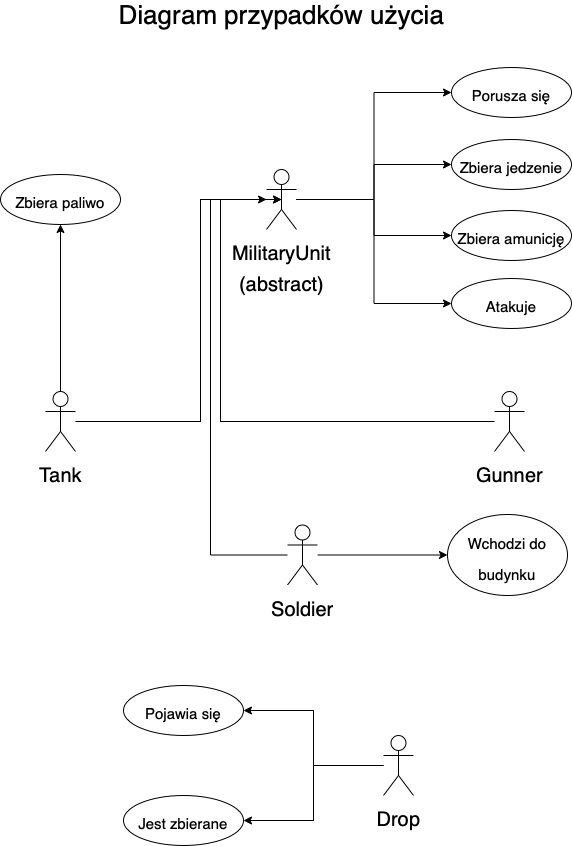
Jacek-Bogdanski/inferno_project keeps this draw.io diagram as usage_diagram.png. Above is the earlier version. Source tidied: cells renumbered, new cells last; positions are measured from the earlier drawing's top-left corner, leaving out a move shared by most shapes.
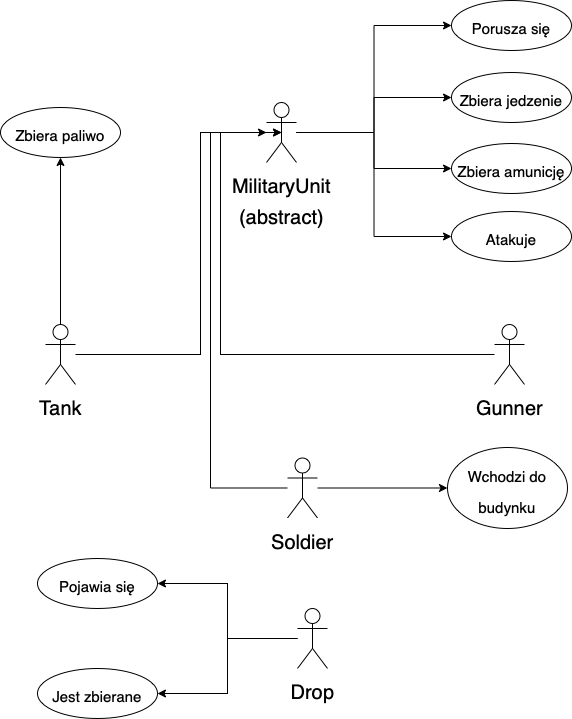
The same diagram one commit later.

Diff of the diagram source:
```diff
@@ -2,9 +2,6 @@
   <root>
     <mxCell id="0" />
     <mxCell id="1" parent="0" />
-    <mxCell id="2" value="&lt;font style=&quot;font-size: 26px;&quot;&gt;Diagram przypadków użycia&lt;/font&gt;" style="text;html=1;align=center;verticalAlign=middle;strokeColor=none;fillColor=none;" parent="1" vertex="1">
-      <mxGeometry x="111" width="340" height="20" as="geometry" />
-    </mxCell>
     <mxCell id="3" style="edgeStyle=orthogonalEdgeStyle;rounded=0;jettySize=auto;html=1;fontSize=15;" parent="1" edge="1" source="5" target="7">
       <mxGeometry relative="1" as="geometry" />
     </mxCell>
@@ -60,7 +57,7 @@
       <mxGeometry x="287" y="519.5" width="30" height="60" as="geometry" />
     </mxCell>
     <mxCell id="16" value="&lt;font style=&quot;font-size: 15px;&quot;&gt;Pojawia się&lt;/font&gt;" style="ellipse;whiteSpace=wrap;html=1;fontSize=26;" parent="1" vertex="1">
-      <mxGeometry x="123" y="680" width="120" height="50" as="geometry" />
+      <mxGeometry x="37" y="620" width="120" height="50" as="geometry" />
     </mxCell>
     <mxCell id="17" style="edgeStyle=orthogonalEdgeStyle;rounded=0;jettySize=auto;html=1;entryX=1;entryY=0.5;entryDx=0;entryDy=0;fontSize=15;" parent="1" edge="1" source="19" target="16">
       <mxGeometry relative="1" as="geometry" />
@@ -69,10 +66,10 @@
       <mxGeometry relative="1" as="geometry" />
     </mxCell>
     <mxCell id="19" value="&lt;font style=&quot;font-size: 20px;&quot;&gt;Drop&lt;/font&gt;" style="shape=umlActor;verticalLabelPosition=bottom;verticalAlign=top;html=1;outlineConnect=0;fontSize=26;" parent="1" vertex="1">
-      <mxGeometry x="383" y="730" width="30" height="60" as="geometry" />
+      <mxGeometry x="297" y="670" width="30" height="60" as="geometry" />
     </mxCell>
     <mxCell id="20" value="&lt;font style=&quot;font-size: 15px;&quot;&gt;Jest zbierane&lt;/font&gt;" style="ellipse;whiteSpace=wrap;html=1;fontSize=26;" parent="1" vertex="1">
-      <mxGeometry x="123" y="790" width="120" height="50" as="geometry" />
+      <mxGeometry x="37" y="730" width="120" height="50" as="geometry" />
     </mxCell>
     <mxCell id="21" style="edgeStyle=orthogonalEdgeStyle;rounded=0;jettySize=auto;html=1;entryX=0;entryY=0.5;entryDx=0;entryDy=0;fontSize=20;" parent="1" edge="1" source="25" target="6">
       <mxGeometry relative="1" as="geometry" />
```
